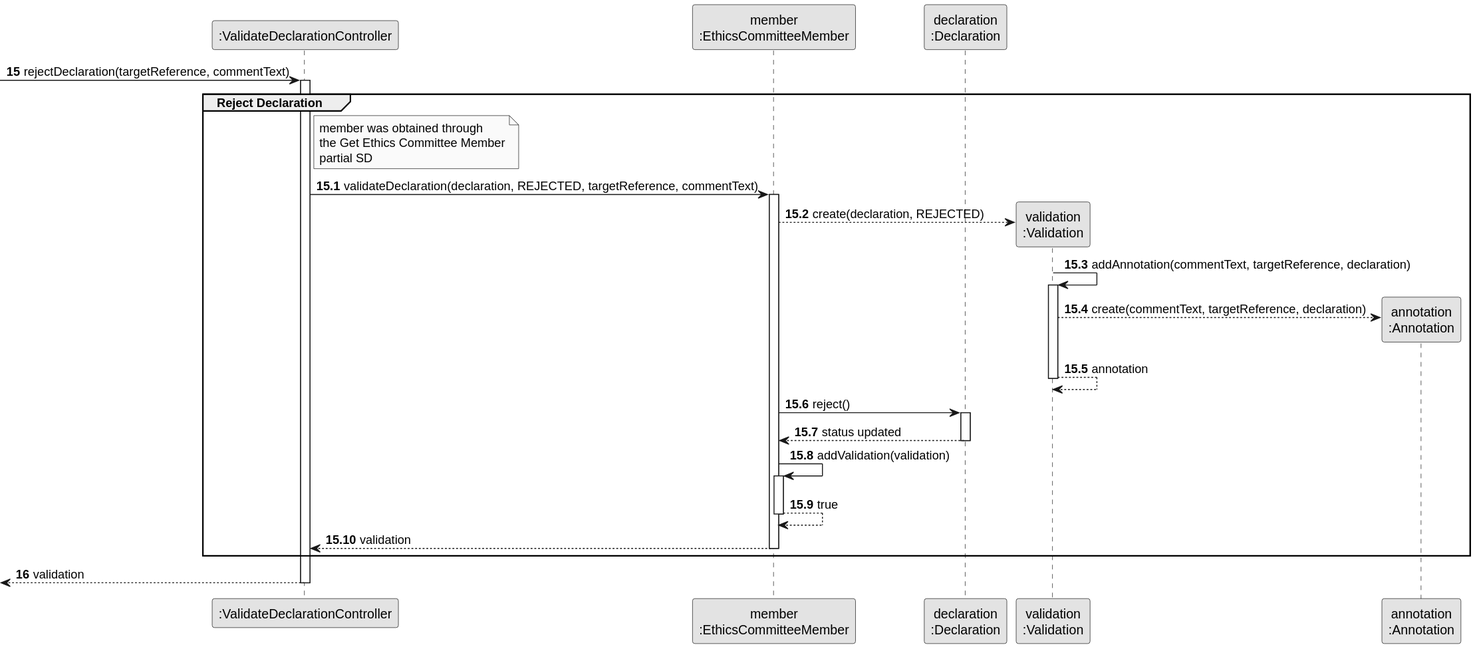
Departamento-de-Engenharia-Informatica/sem2-pi-25-26-g096-repo keeps this PlantUML diagram as docs/system-documentation/US08/03.design/svg/US08-SD-partial-reject-declaration.svg. Above is the earlier version.
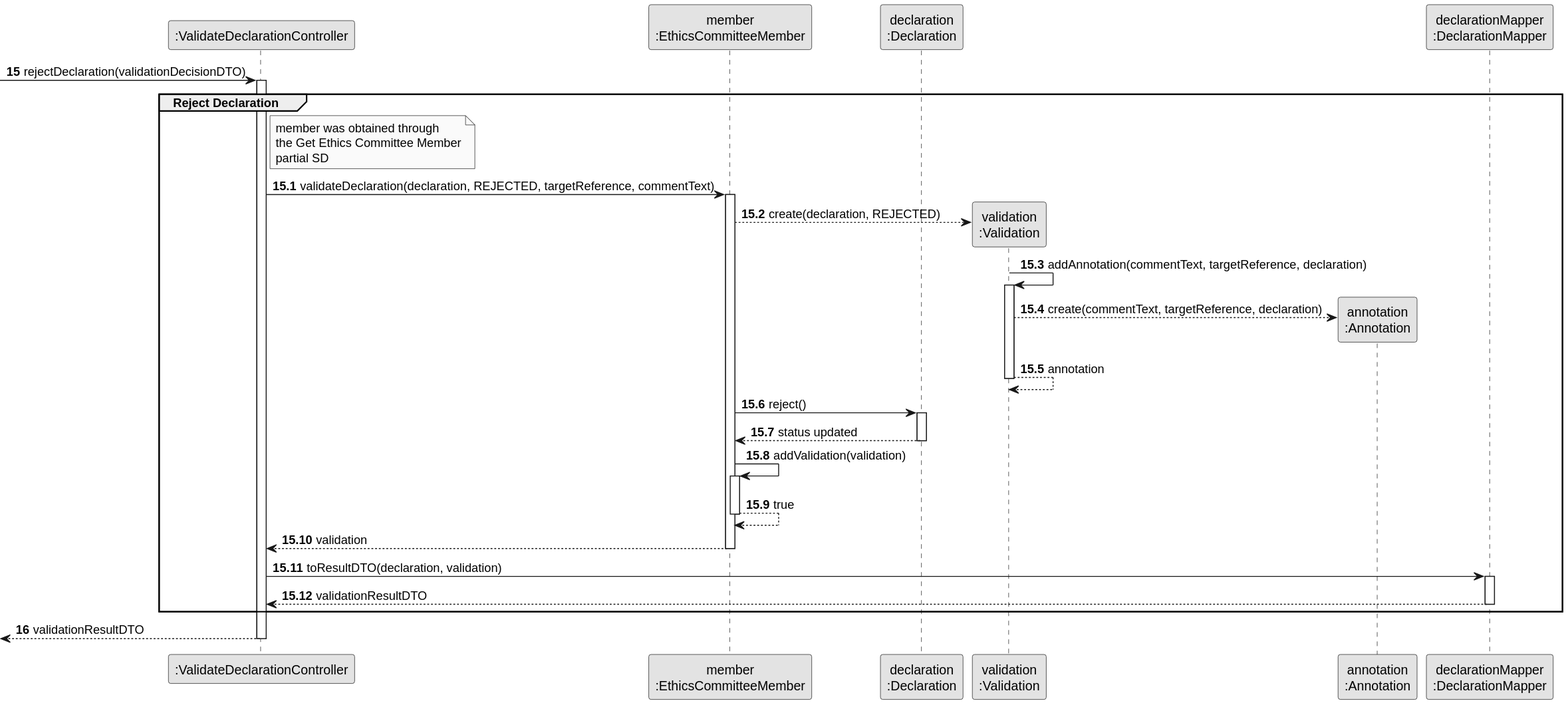
Later version of the same file.

Change to the diagram source:
```diff
@@ -8,9 +8,10 @@
 participant "declaration\n:Declaration" as DECL
 participant "validation\n:Validation" as VALIDATION
 participant "annotation\n:Annotation" as ANNOTATION
+participant "declarationMapper\n:DeclarationMapper" as MAPPER
 
 autonumber 15
--> CTRL : rejectDeclaration(targetReference, commentText)
+-> CTRL : rejectDeclaration(validationDecisionDTO)
 
 autonumber 15.1
 activate CTRL
@@ -46,10 +47,15 @@
             MEMBER --> CTRL : validation
         deactivate MEMBER
 
+        CTRL -> MAPPER : toResultDTO(declaration, validation)
+        activate MAPPER
+            MAPPER --> CTRL : validationResultDTO
+        deactivate MAPPER
+
     end
 
     autonumber 16
-    <-- CTRL : validation
+    <-- CTRL : validationResultDTO
 
 deactivate CTRL
 @enduml
```
